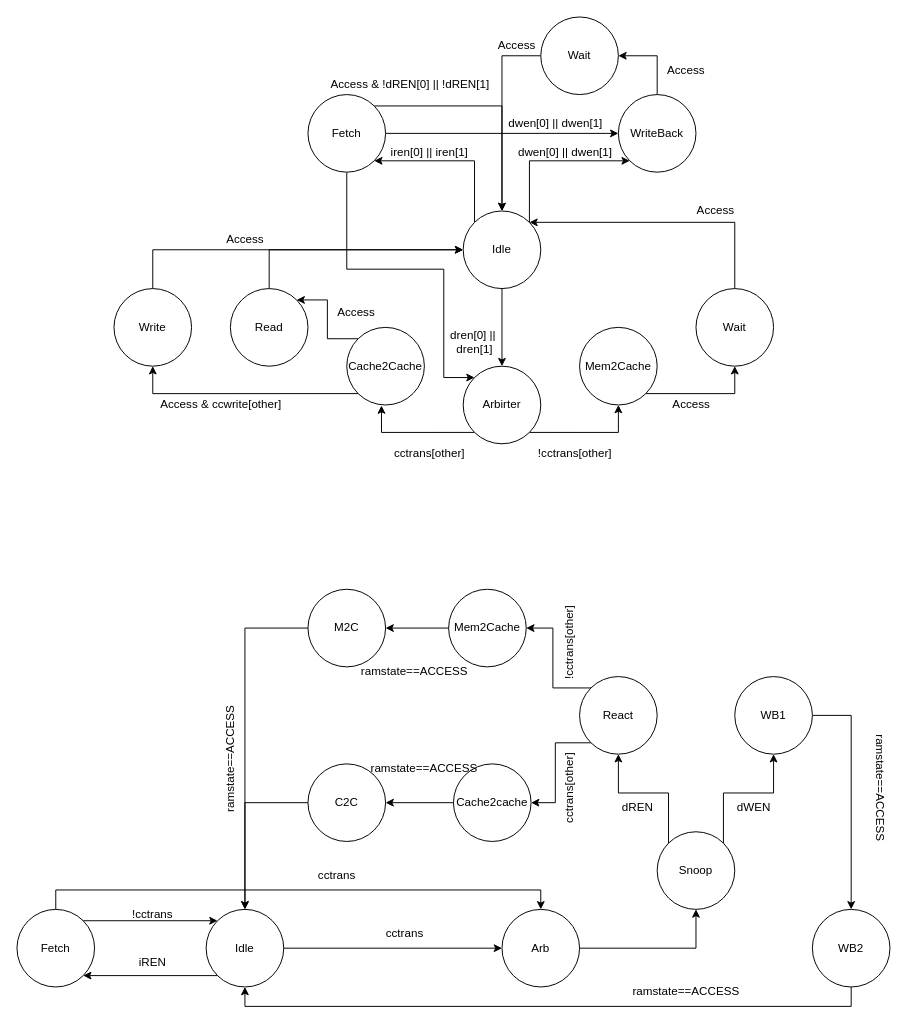
dsrasheed/ece437 keeps this draw.io diagram as page "Page-3" (3 of 4) of multi.drawio. Above is the earlier version. Source tidied: cells renumbered, new cells numbered last; positions are measured from the earlier drawing's top-left corner, leaving out a move shared by most shapes. Both pictures are drawn from the tidied source at 97%, with x=0, y=0 at pixel (16, 16).
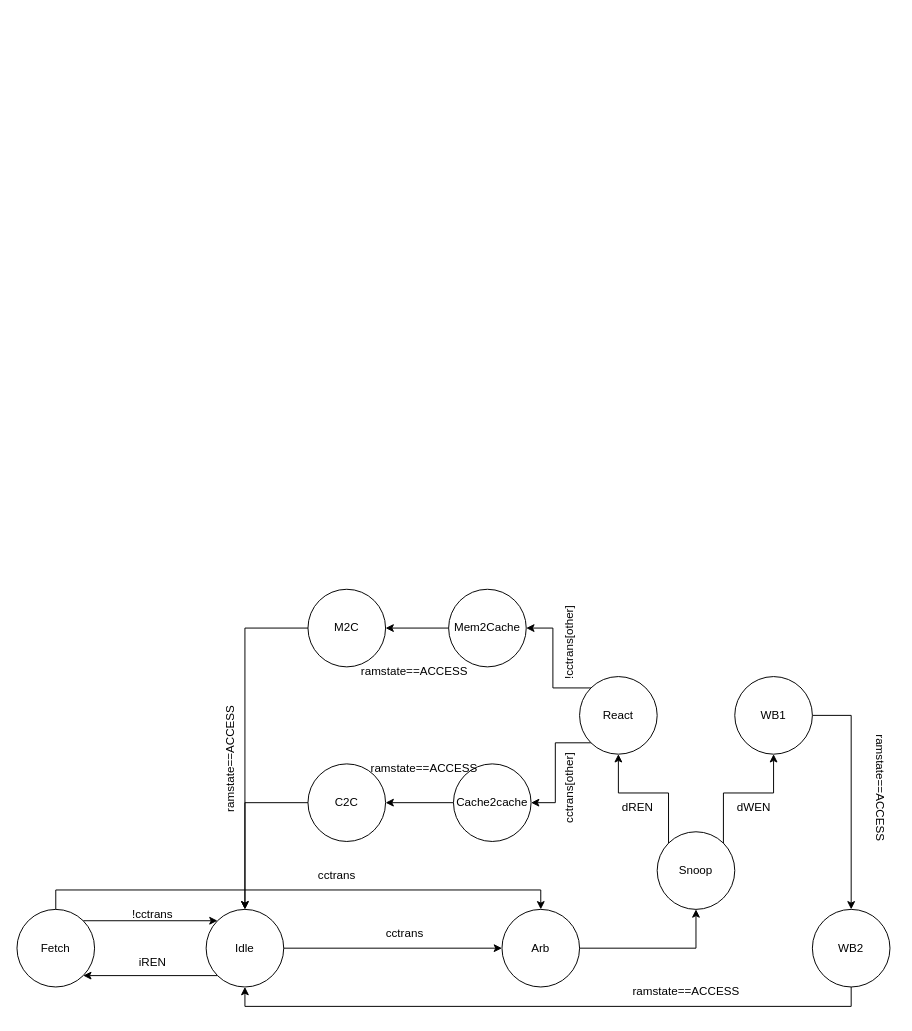
The same diagram, later.

Change to the diagram source:
```diff
@@
-    <mxCell id="2" style="edgeStyle=orthogonalEdgeStyle;rounded=0;jettySize=auto;html=1;exitX=0.5;exitY=0;exitDx=0;exitDy=0;entryX=1;entryY=0;entryDx=0;entryDy=0;" parent="1" edge="1" source="15" target="6">
-      <mxGeometry relative="1" as="geometry" />
-    </mxCell>
-    <mxCell id="3" style="edgeStyle=orthogonalEdgeStyle;rounded=0;jettySize=auto;html=1;exitX=0.5;exitY=1;exitDx=0;exitDy=0;" parent="1" edge="1" source="6" target="9">
-      <mxGeometry relative="1" as="geometry" />
-    </mxCell>
-    <mxCell id="4" style="edgeStyle=orthogonalEdgeStyle;rounded=0;jettySize=auto;html=1;exitX=0;exitY=0;exitDx=0;exitDy=0;entryX=1;entryY=1;entryDx=0;entryDy=0;" parent="1" edge="1" source="6" target="23">
-      <mxGeometry relative="1" as="geometry">
-        <Array as="points">
-          <mxPoint x="472" y="148" />
-        </Array>
-      </mxGeometry>
-    </mxCell>
-    <mxCell id="5" style="edgeStyle=orthogonalEdgeStyle;rounded=0;jettySize=auto;html=1;exitX=1;exitY=0;exitDx=0;exitDy=0;entryX=0;entryY=1;entryDx=0;entryDy=0;" parent="1" edge="1" source="6" target="17">
-      <mxGeometry relative="1" as="geometry">
-        <Array as="points">
-          <mxPoint x="528" y="148" />
-        </Array>
-      </mxGeometry>
-    </mxCell>
-    <mxCell id="6" value="Idle" style="ellipse;whiteSpace=wrap;html=1;" parent="1" vertex="1">
-      <mxGeometry x="460" y="200" width="80" height="80" as="geometry" />
-    </mxCell>
-    <mxCell id="7" style="edgeStyle=orthogonalEdgeStyle;rounded=0;jettySize=auto;html=1;exitX=0;exitY=1;exitDx=0;exitDy=0;entryX=0.447;entryY=1.007;entryDx=0;entryDy=0;entryPerimeter=0;" parent="1" edge="1" source="9" target="12">
-      <mxGeometry relative="1" as="geometry" />
-    </mxCell>
-    <mxCell id="8" style="edgeStyle=orthogonalEdgeStyle;rounded=0;jettySize=auto;html=1;exitX=1;exitY=1;exitDx=0;exitDy=0;entryX=0.5;entryY=1;entryDx=0;entryDy=0;" parent="1" edge="1" source="9" target="14">
-      <mxGeometry relative="1" as="geometry" />
-    </mxCell>
-    <mxCell id="9" value="Arbirter" style="ellipse;whiteSpace=wrap;html=1;" parent="1" vertex="1">
-      <mxGeometry x="460" y="360" width="80" height="80" as="geometry" />
-    </mxCell>
-    <mxCell id="10" style="edgeStyle=orthogonalEdgeStyle;rounded=0;jettySize=auto;html=1;exitX=0;exitY=1;exitDx=0;exitDy=0;entryX=0.5;entryY=1;entryDx=0;entryDy=0;" parent="1" edge="1" source="12" target="40">
-      <mxGeometry relative="1" as="geometry" />
-    </mxCell>
-    <mxCell id="11" style="edgeStyle=orthogonalEdgeStyle;rounded=0;jettySize=auto;html=1;exitX=0;exitY=0;exitDx=0;exitDy=0;entryX=1;entryY=0;entryDx=0;entryDy=0;" parent="1" edge="1" source="12" target="38">
-      <mxGeometry relative="1" as="geometry" />
-    </mxCell>
-    <mxCell id="12" value="Cache2Cache" style="ellipse;whiteSpace=wrap;html=1;" parent="1" vertex="1">
-      <mxGeometry x="340" y="320" width="80" height="80" as="geometry" />
-    </mxCell>
-    <mxCell id="13" style="edgeStyle=orthogonalEdgeStyle;rounded=0;jettySize=auto;html=1;exitX=1;exitY=1;exitDx=0;exitDy=0;entryX=0.5;entryY=1;entryDx=0;entryDy=0;" parent="1" edge="1" source="14" target="15">
-      <mxGeometry relative="1" as="geometry" />
-    </mxCell>
-    <mxCell id="14" value="Mem2Cache" style="ellipse;whiteSpace=wrap;html=1;" parent="1" vertex="1">
-      <mxGeometry x="580" y="320" width="80" height="80" as="geometry" />
-    </mxCell>
-    <mxCell id="15" value="Wait" style="ellipse;whiteSpace=wrap;html=1;" parent="1" vertex="1">
-      <mxGeometry x="700" y="280" width="80" height="80" as="geometry" />
-    </mxCell>
-    <mxCell id="16" style="edgeStyle=orthogonalEdgeStyle;rounded=0;jettySize=auto;html=1;exitX=0.5;exitY=0;exitDx=0;exitDy=0;entryX=1;entryY=0.5;entryDx=0;entryDy=0;" parent="1" edge="1" source="17" target="19">
-      <mxGeometry relative="1" as="geometry" />
-    </mxCell>
-    <mxCell id="17" value="WriteBack" style="ellipse;whiteSpace=wrap;html=1;" parent="1" vertex="1">
-      <mxGeometry x="620" y="80" width="80" height="80" as="geometry" />
-    </mxCell>
-    <mxCell id="18" style="edgeStyle=orthogonalEdgeStyle;rounded=0;jettySize=auto;html=1;exitX=0;exitY=0.5;exitDx=0;exitDy=0;entryX=0.5;entryY=0;entryDx=0;entryDy=0;" parent="1" edge="1" source="19" target="6">
-      <mxGeometry relative="1" as="geometry" />
-    </mxCell>
-    <mxCell id="19" value="Wait" style="ellipse;whiteSpace=wrap;html=1;" parent="1" vertex="1">
-      <mxGeometry x="540" width="80" height="80" as="geometry" />
-    </mxCell>
-    <mxCell id="20" style="edgeStyle=orthogonalEdgeStyle;rounded=0;jettySize=auto;html=1;exitX=1;exitY=0;exitDx=0;exitDy=0;" parent="1" edge="1" source="23" target="6">
-      <mxGeometry relative="1" as="geometry" />
-    </mxCell>
-    <mxCell id="21" style="edgeStyle=orthogonalEdgeStyle;rounded=0;jettySize=auto;html=1;exitX=0.5;exitY=1;exitDx=0;exitDy=0;entryX=0;entryY=0;entryDx=0;entryDy=0;" parent="1" edge="1" source="23" target="9">
-      <mxGeometry relative="1" as="geometry">
-        <Array as="points">
-          <mxPoint x="340" y="260" />
-          <mxPoint x="440" y="260" />
-          <mxPoint x="440" y="372" />
-        </Array>
-      </mxGeometry>
-    </mxCell>
-    <mxCell id="22" style="edgeStyle=orthogonalEdgeStyle;rounded=0;jettySize=auto;html=1;exitX=1;exitY=0.5;exitDx=0;exitDy=0;entryX=0;entryY=0.5;entryDx=0;entryDy=0;" parent="1" edge="1" source="23" target="17">
-      <mxGeometry relative="1" as="geometry" />
-    </mxCell>
-    <mxCell id="23" value="Fetch" style="ellipse;whiteSpace=wrap;html=1;" parent="1" vertex="1">
-      <mxGeometry x="300" y="80" width="80" height="80" as="geometry" />
-    </mxCell>
-    <mxCell id="24" value="Access &amp;amp; !dREN[0] || !dREN[1]" style="text;html=1;align=center;verticalAlign=middle;strokeColor=none;fillColor=none;" parent="1" vertex="1">
-      <mxGeometry x="315" y="60" width="180" height="20" as="geometry" />
-    </mxCell>
-    <mxCell id="25" value="dwen[0] || dwen[1]" style="text;html=1;align=center;verticalAlign=middle;strokeColor=none;fillColor=none;" parent="1" vertex="1">
-      <mxGeometry x="500" y="100" width="110" height="20" as="geometry" />
-    </mxCell>
-    <mxCell id="26" value="iren[0] || iren[1]" style="text;html=1;align=center;verticalAlign=middle;strokeColor=none;fillColor=none;" parent="1" vertex="1">
-      <mxGeometry x="380" y="130" width="90" height="20" as="geometry" />
-    </mxCell>
-    <mxCell id="27" value="Access" style="text;html=1;strokeColor=none;fillColor=none;align=center;verticalAlign=middle;whiteSpace=wrap;rounded=0;" parent="1" vertex="1">
-      <mxGeometry x="660" y="40" width="60" height="30" as="geometry" />
-    </mxCell>
-    <mxCell id="28" value="Access" style="text;html=1;align=center;verticalAlign=middle;strokeColor=none;fillColor=none;" parent="1" vertex="1">
-      <mxGeometry x="670" y="390" width="50" height="20" as="geometry" />
-    </mxCell>
-    <mxCell id="29" value="Access &amp;amp; ccwrite[other]" style="text;html=1;align=center;verticalAlign=middle;strokeColor=none;fillColor=none;" parent="1" vertex="1">
-      <mxGeometry x="140" y="390" width="140" height="20" as="geometry" />
-    </mxCell>
-    <mxCell id="30" value="Access" style="text;html=1;align=center;verticalAlign=middle;strokeColor=none;fillColor=none;" parent="1" vertex="1">
-      <mxGeometry x="210" y="220" width="50" height="20" as="geometry" />
-    </mxCell>
-    <mxCell id="31" value="Access" style="text;html=1;align=center;verticalAlign=middle;strokeColor=none;fillColor=none;" parent="1" vertex="1">
-      <mxGeometry x="695" y="190" width="50" height="20" as="geometry" />
-    </mxCell>
-    <mxCell id="32" value="dren[0] ||&lt;br&gt;&amp;nbsp;dren[1]" style="text;html=1;align=center;verticalAlign=middle;strokeColor=none;fillColor=none;rotation=0;" parent="1" vertex="1">
-      <mxGeometry x="440" y="320" width="60" height="30" as="geometry" />
-    </mxCell>
-    <mxCell id="33" value="Access" style="text;html=1;align=center;verticalAlign=middle;strokeColor=none;fillColor=none;" parent="1" vertex="1">
-      <mxGeometry x="490" y="20" width="50" height="20" as="geometry" />
-    </mxCell>
-    <mxCell id="34" value="cctrans[other]" style="text;html=1;align=center;verticalAlign=middle;strokeColor=none;fillColor=none;" parent="1" vertex="1">
-      <mxGeometry x="380" y="440" width="90" height="20" as="geometry" />
-    </mxCell>
-    <mxCell id="35" value="!cctrans[other]" style="text;html=1;align=center;verticalAlign=middle;strokeColor=none;fillColor=none;" parent="1" vertex="1">
-      <mxGeometry x="530" y="440" width="90" height="20" as="geometry" />
-    </mxCell>
-    <mxCell id="36" value="dwen[0] || dwen[1]" style="text;html=1;align=center;verticalAlign=middle;strokeColor=none;fillColor=none;" parent="1" vertex="1">
-      <mxGeometry x="510" y="130" width="110" height="20" as="geometry" />
-    </mxCell>
-    <mxCell id="37" style="edgeStyle=orthogonalEdgeStyle;rounded=0;jettySize=auto;html=1;exitX=0.5;exitY=0;exitDx=0;exitDy=0;entryX=0;entryY=0.5;entryDx=0;entryDy=0;" parent="1" edge="1" source="38" target="6">
-      <mxGeometry relative="1" as="geometry" />
-    </mxCell>
-    <mxCell id="38" value="Read" style="ellipse;whiteSpace=wrap;html=1;" parent="1" vertex="1">
-      <mxGeometry x="220" y="280" width="80" height="80" as="geometry" />
-    </mxCell>
-    <mxCell id="39" style="edgeStyle=orthogonalEdgeStyle;rounded=0;jettySize=auto;html=1;exitX=0.5;exitY=0;exitDx=0;exitDy=0;entryX=0;entryY=0.5;entryDx=0;entryDy=0;" parent="1" edge="1" source="40" target="6">
-      <mxGeometry relative="1" as="geometry" />
-    </mxCell>
-    <mxCell id="40" value="Write" style="ellipse;whiteSpace=wrap;html=1;" parent="1" vertex="1">
-      <mxGeometry x="100" y="280" width="80" height="80" as="geometry" />
-    </mxCell>
-    <mxCell id="41" value="Access" style="text;html=1;strokeColor=none;fillColor=none;align=center;verticalAlign=middle;whiteSpace=wrap;rounded=0;" parent="1" vertex="1">
-      <mxGeometry x="320" y="290" width="60" height="30" as="geometry" />
-    </mxCell>
```
